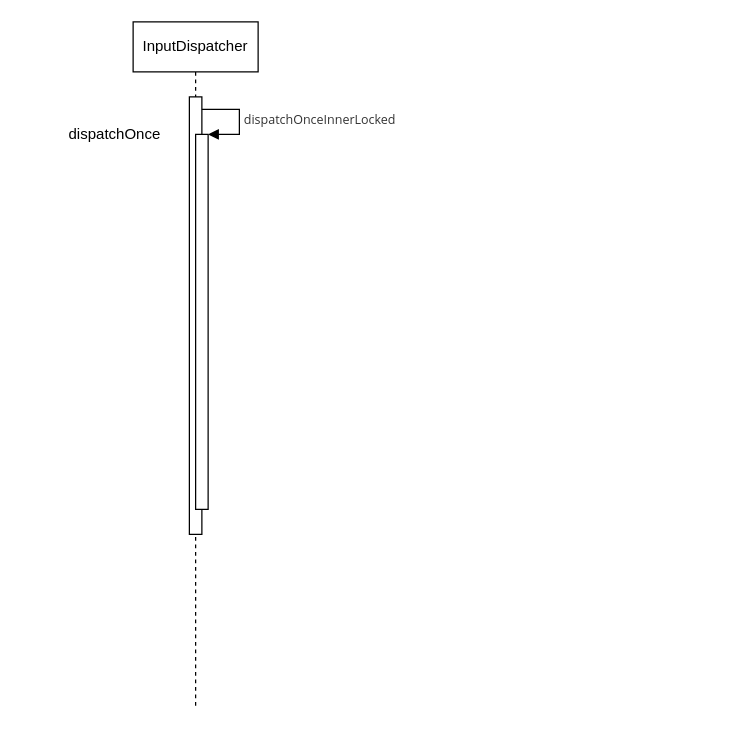
Above: uml/adnroid_input.drawio in weiwangqiang/weiwangqiang.github.io (draw.io), before the change. Source tidied: cells renumbered, new cells numbered last; positions are measured from the earlier drawing's top-left corner, leaving out a move shared by most shapes. Both pictures are drawn from the tidied source at 125%, with x=0, y=0 at pixel (58, 21).
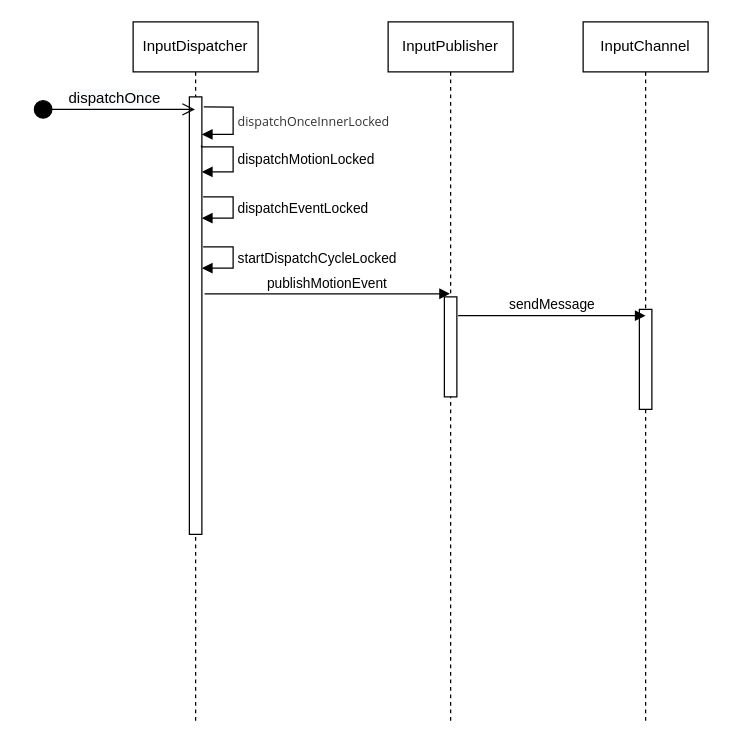
After the change.

The change refers to these unchanged cells:
```xml
<mxCell id="3" style="html=1;points=[];perimeter=orthogonalPerimeter;" parent="2" vertex="1">
  <mxGeometry x="45" y="60" width="10" height="350" as="geometry" />
</mxCell>
```

The edit, as a diff of the source:
```diff
@@
     <mxCell id="2" value="InputDispatcher" style="shape=umlLifeline;perimeter=lifelinePerimeter;whiteSpace=wrap;html=1;outlineConnect=0;" parent="1" vertex="1">
-      <mxGeometry x="60" width="100" height="550" as="geometry" />
+      <mxGeometry x="60" width="100" height="560" as="geometry" />
     </mxCell>
@@
-    <mxCell id="4" style="html=1;points=[];perimeter=orthogonalPerimeter;" parent="2" vertex="1">
-      <mxGeometry x="50" y="90" width="10" height="300" as="geometry" />
-    </mxCell>
-    <mxCell id="5" value="&lt;span style=&quot;color: rgb(51 , 51 , 51) ; font-family: &amp;#34;open sans&amp;#34; , &amp;#34;clear sans&amp;#34; , &amp;#34;helvetica neue&amp;#34; , &amp;#34;helvetica&amp;#34; , &amp;#34;arial&amp;#34; , sans-serif&quot;&gt;&lt;font style=&quot;font-size: 10px&quot;&gt;dispatchOnceInnerLocked&lt;/font&gt;&lt;/span&gt;" style="edgeStyle=orthogonalEdgeStyle;html=1;align=left;spacingLeft=2;endArrow=block;rounded=0;entryX=1;entryY=0;" parent="2" edge="1" target="4">
+    <mxCell id="5" value="&lt;span style=&quot;color: rgb(51 , 51 , 51) ; font-family: &amp;#34;open sans&amp;#34; , &amp;#34;clear sans&amp;#34; , &amp;#34;helvetica neue&amp;#34; , &amp;#34;helvetica&amp;#34; , &amp;#34;arial&amp;#34; , sans-serif&quot;&gt;&lt;font style=&quot;font-size: 10px&quot;&gt;dispatchOnceInnerLocked&lt;/font&gt;&lt;/span&gt;" style="edgeStyle=orthogonalEdgeStyle;html=1;align=left;spacingLeft=2;endArrow=block;rounded=0;exitX=1.154;exitY=0.023;exitDx=0;exitDy=0;exitPerimeter=0;" parent="2" edge="1" source="3">
       <mxGeometry relative="1" as="geometry">
-        <mxPoint x="55" y="70" as="sourcePoint" />
+        <mxPoint x="55" y="90" as="targetPoint" />
         <Array as="points">
-          <mxPoint x="85" y="70" />
+          <mxPoint x="80" y="68" />
+          <mxPoint x="80" y="90" />
         </Array>
       </mxGeometry>
     </mxCell>
+    <mxCell id="7" value="dispatchMotionLocked" style="edgeStyle=orthogonalEdgeStyle;html=1;align=left;spacingLeft=2;endArrow=block;rounded=0;exitX=0.969;exitY=0.111;exitDx=0;exitDy=0;exitPerimeter=0;" parent="2" edge="1" source="3">
+      <mxGeometry relative="1" as="geometry">
+        <mxPoint x="55" y="120" as="targetPoint" />
+        <Array as="points">
+          <mxPoint x="55" y="100" />
+          <mxPoint x="80" y="100" />
+          <mxPoint x="80" y="120" />
+        </Array>
+      </mxGeometry>
+    </mxCell>
+    <mxCell id="8" value="dispatchEventLocked" style="edgeStyle=orthogonalEdgeStyle;html=1;align=left;spacingLeft=2;endArrow=block;rounded=0;entryX=0.9;entryY=0.148;entryDx=0;entryDy=0;entryPerimeter=0;" parent="2" edge="1">
+      <mxGeometry relative="1" as="geometry">
+        <mxPoint x="56" y="140" as="sourcePoint" />
+        <mxPoint x="55" y="157" as="targetPoint" />
+        <Array as="points">
+          <mxPoint x="80" y="140" />
+          <mxPoint x="80" y="157" />
+        </Array>
+      </mxGeometry>
+    </mxCell>
+    <mxCell id="9" value="startDispatchCycleLocked" style="edgeStyle=orthogonalEdgeStyle;html=1;align=left;spacingLeft=2;endArrow=block;rounded=0;entryX=0.9;entryY=0.148;entryDx=0;entryDy=0;entryPerimeter=0;" parent="2" edge="1">
+      <mxGeometry relative="1" as="geometry">
+        <mxPoint x="56" y="180" as="sourcePoint" />
+        <mxPoint x="55" y="197" as="targetPoint" />
+        <Array as="points">
+          <mxPoint x="80" y="180" />
+          <mxPoint x="80" y="197" />
+        </Array>
+      </mxGeometry>
+    </mxCell>
-    <mxCell id="6" value="dispatchOnce" style="text;html=1;align=center;verticalAlign=middle;strokeColor=none;" parent="1" vertex="1">
-      <mxGeometry y="80" width="90" height="20" as="geometry" />
+    <mxCell id="6" value="&lt;span style=&quot;font-size: 12px; background-color: rgb(248, 249, 250);&quot;&gt;dispatchOnce&lt;/span&gt;" style="html=1;verticalAlign=bottom;startArrow=circle;startFill=1;endArrow=open;startSize=6;endSize=8;rounded=0;" parent="1" edge="1" target="2">
+      <mxGeometry relative="1" as="geometry">
+        <mxPoint x="-20" y="70" as="sourcePoint" />
+      </mxGeometry>
     </mxCell>
+    <mxCell id="10" value="InputPublisher" style="shape=umlLifeline;perimeter=lifelinePerimeter;whiteSpace=wrap;html=1;outlineConnect=0;" parent="1" vertex="1">
+      <mxGeometry x="264" width="100" height="560" as="geometry" />
+    </mxCell>
+    <mxCell id="11" style="html=1;perimeter=orthogonalPerimeter;" parent="10" vertex="1">
+      <mxGeometry x="45" y="220" width="10" height="80" as="geometry" />
+    </mxCell>
+    <mxCell id="12" value="publishMotionEvent" style="html=1;verticalAlign=bottom;endArrow=block;rounded=0;exitX=1.217;exitY=0.45;exitDx=0;exitDy=0;exitPerimeter=0;" parent="1" edge="1" source="3" target="10">
+      <mxGeometry relative="1" as="geometry" />
+    </mxCell>
+    <mxCell id="13" value="InputChannel" style="shape=umlLifeline;perimeter=lifelinePerimeter;whiteSpace=wrap;html=1;" parent="1" vertex="1">
+      <mxGeometry x="420" width="100" height="560" as="geometry" />
+    </mxCell>
+    <mxCell id="14" style="html=1;perimeter=orthogonalPerimeter;" parent="13" vertex="1">
+      <mxGeometry x="45" y="230" width="10" height="80" as="geometry" />
+    </mxCell>
+    <mxCell id="15" value="sendMessage" style="html=1;verticalAlign=bottom;endArrow=block;rounded=0;" parent="13" edge="1">
+      <mxGeometry relative="1" as="geometry">
+        <mxPoint x="-100" y="235" as="sourcePoint" />
+        <mxPoint x="50" y="235" as="targetPoint" />
+      </mxGeometry>
+    </mxCell>
```
